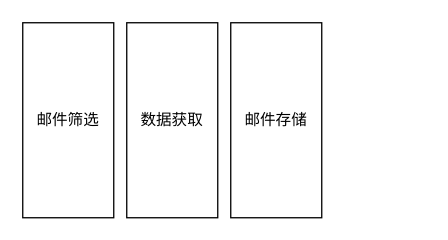
Before: page "第 2 页" (2 of 2) of 第三章关键问题.drawio in GreenTee-color/Documents, a draw.io diagram. Source tidied: cells renumbered, new cells numbered last; positions are measured from the earlier drawing's top-left corner, leaving out a move shared by most shapes. Both pictures are drawn from the tidied source at 130%, with x=0, y=0 at pixel (22, 22).
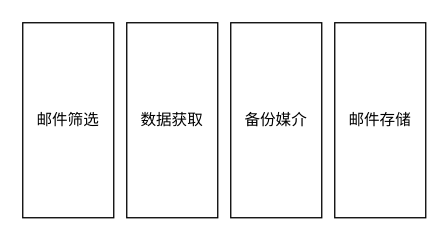
The same page after the edit.

Commit message:
更新第三章关键问题.drawio

What changed in the source:
```diff
@@
 <mxGraphModel>
   <root>
     <mxCell id="0" />
     <mxCell id="1" parent="0" />
     <mxCell id="2" value="邮件筛选" style="rounded=0;whiteSpace=wrap;html=1;" parent="1" vertex="1">
       <mxGeometry width="70" height="150" as="geometry" />
     </mxCell>
     <mxCell id="3" value="数据获取" style="rounded=0;whiteSpace=wrap;html=1;" parent="1" vertex="1">
       <mxGeometry x="80" width="70" height="150" as="geometry" />
     </mxCell>
     <mxCell id="4" value="邮件存储" style="rounded=0;whiteSpace=wrap;html=1;" parent="1" vertex="1">
-      <mxGeometry x="160" width="70" height="150" as="geometry" />
+      <mxGeometry x="240" width="70" height="150" as="geometry" />
     </mxCell>
+    <mxCell id="5" value="备份媒介" style="rounded=0;whiteSpace=wrap;html=1;" parent="1" vertex="1">
+      <mxGeometry x="160" width="70" height="150" as="geometry" />
+    </mxCell>
   </root>
 </mxGraphModel>
```
